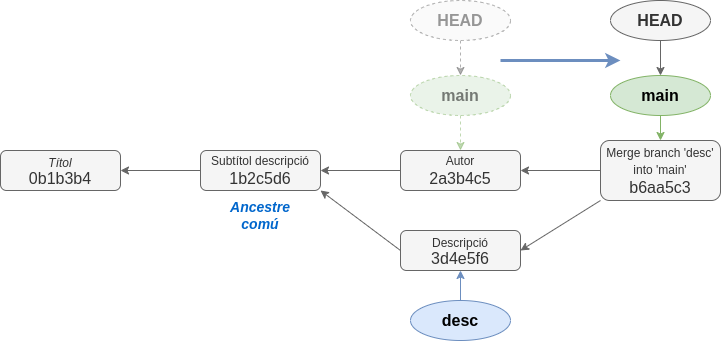
This is docs/apunts/img/branques/after_divergent.png from joapuiib/curs-git, a draw.io export, as it was before one commit. Source tidied: cells renumbered, new cells last; positions are measured from the earlier drawing's top-left corner, leaving out a move shared by most shapes.
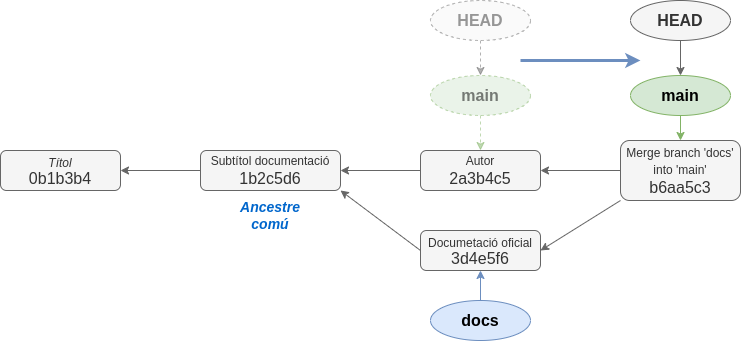
Above is the later version.

Diff of the diagram source:
```diff
@@ -3,22 +3,22 @@
     <mxCell id="0" />
     <mxCell id="1" parent="0" />
     <mxCell id="2" value="&lt;font color=&quot;#0066cc&quot; style=&quot;font-size: 14px;&quot;&gt;&lt;b&gt;Ancestre comú&lt;/b&gt;&lt;/font&gt;" style="text;html=1;strokeColor=none;fillColor=none;align=center;verticalAlign=middle;whiteSpace=wrap;rounded=0;fontStyle=2;" parent="1" vertex="1">
-      <mxGeometry x="230" y="200" width="60" height="30" as="geometry" />
+      <mxGeometry x="220" y="200" width="60" height="30" as="geometry" />
     </mxCell>
     <mxCell id="3" value="&lt;div style=&quot;line-height: 100%;&quot;&gt;&lt;span style=&quot;background-color: initial;&quot;&gt;&lt;span style=&quot;font-size: 12px;&quot;&gt;&lt;i&gt;Títol&lt;/i&gt;&lt;/span&gt;&lt;/span&gt;&lt;/div&gt;&lt;div style=&quot;line-height: 100%;&quot;&gt;&lt;span style=&quot;background-color: initial;&quot;&gt;0b1b3b4&lt;/span&gt;&lt;br&gt;&lt;/div&gt;" style="rounded=1;whiteSpace=wrap;html=1;fontSize=16;fillColor=#f5f5f5;strokeColor=#666666;fontColor=#333333;" parent="1" vertex="1">
-      <mxGeometry y="150" width="120" height="40" as="geometry" />
+      <mxGeometry x="-20" y="150" width="120" height="40" as="geometry" />
     </mxCell>
     <mxCell id="4" style="rounded=0;jettySize=auto;html=1;exitX=0.5;exitY=1;exitDx=0;exitDy=0;fillColor=#dae8fc;strokeColor=#6c8ebf;" parent="1" edge="1" source="5" target="13">
       <mxGeometry relative="1" as="geometry" />
     </mxCell>
-    <mxCell id="5" value="desc" style="ellipse;whiteSpace=wrap;html=1;fillColor=#dae8fc;strokeColor=#6c8ebf;fontSize=16;fontStyle=1;" parent="1" vertex="1">
+    <mxCell id="5" value="docs" style="ellipse;whiteSpace=wrap;html=1;fillColor=#dae8fc;strokeColor=#6c8ebf;fontSize=16;fontStyle=1;" parent="1" vertex="1">
       <mxGeometry x="410" y="300" width="100" height="40" as="geometry" />
     </mxCell>
     <mxCell id="6" style="edgeStyle=orthogonalEdgeStyle;rounded=0;jettySize=auto;html=1;exitX=0;exitY=0.5;exitDx=0;exitDy=0;fillColor=#f5f5f5;strokeColor=#666666;" parent="1" edge="1" source="7" target="3">
       <mxGeometry relative="1" as="geometry" />
     </mxCell>
-    <mxCell id="7" value="&lt;div style=&quot;line-height: 100%;&quot;&gt;&lt;font style=&quot;font-size: 12px;&quot;&gt;Subtítol descripció&lt;/font&gt;&lt;/div&gt;1b2c5d6" style="rounded=1;whiteSpace=wrap;html=1;fontSize=16;fillColor=#f5f5f5;strokeColor=#666666;fontColor=#333333;" parent="1" vertex="1">
-      <mxGeometry x="200" y="150" width="120" height="40" as="geometry" />
+    <mxCell id="7" value="&lt;div style=&quot;line-height: 100%;&quot;&gt;&lt;font style=&quot;font-size: 12px;&quot;&gt;Subtítol documentació&lt;/font&gt;&lt;/div&gt;1b2c5d6" style="rounded=1;whiteSpace=wrap;html=1;fontSize=16;fillColor=#f5f5f5;strokeColor=#666666;fontColor=#333333;" parent="1" vertex="1">
+      <mxGeometry x="180" y="150" width="140" height="40" as="geometry" />
     </mxCell>
     <mxCell id="8" style="rounded=0;jettySize=auto;html=1;exitX=0.5;exitY=1;exitDx=0;exitDy=0;fillColor=#d5e8d4;strokeColor=#82b366;opacity=50;dashed=1;textOpacity=50;" parent="1" edge="1" source="9" target="14">
       <mxGeometry relative="1" as="geometry" />
@@ -35,7 +35,7 @@
     <mxCell id="12" style="edgeStyle=orthogonalEdgeStyle;rounded=0;jettySize=auto;html=1;fillColor=#f5f5f5;strokeColor=#666666;" parent="1" edge="1" source="14" target="7">
       <mxGeometry relative="1" as="geometry" />
     </mxCell>
-    <mxCell id="13" value="&lt;div style=&quot;line-height: 100%;&quot;&gt;&lt;span style=&quot;background-color: initial;&quot;&gt;&lt;span style=&quot;font-size: 12px;&quot;&gt;Descripció&lt;/span&gt;&lt;/span&gt;&lt;/div&gt;&lt;div style=&quot;line-height: 100%;&quot;&gt;&lt;span style=&quot;background-color: initial;&quot;&gt;3d4e5f6&lt;/span&gt;&lt;br&gt;&lt;/div&gt;" style="rounded=1;whiteSpace=wrap;html=1;fontSize=16;fillColor=#f5f5f5;strokeColor=#666666;fontColor=#333333;" parent="1" vertex="1">
+    <mxCell id="13" value="&lt;div style=&quot;line-height: 100%;&quot;&gt;&lt;span style=&quot;background-color: initial;&quot;&gt;&lt;span style=&quot;font-size: 12px;&quot;&gt;Documetació oficial&lt;/span&gt;&lt;/span&gt;&lt;/div&gt;&lt;div style=&quot;line-height: 100%;&quot;&gt;&lt;span style=&quot;background-color: initial;&quot;&gt;3d4e5f6&lt;/span&gt;&lt;br&gt;&lt;/div&gt;" style="rounded=1;whiteSpace=wrap;html=1;fontSize=16;fillColor=#f5f5f5;strokeColor=#666666;fontColor=#333333;" parent="1" vertex="1">
       <mxGeometry x="400" y="230" width="120" height="40" as="geometry" />
     </mxCell>
     <mxCell id="14" value="&lt;div style=&quot;line-height: 100%;&quot;&gt;&lt;font style=&quot;font-size: 12px;&quot;&gt;Autor&lt;/font&gt;&lt;/div&gt;2a3b4c5" style="rounded=1;whiteSpace=wrap;html=1;fontSize=16;fillColor=#f5f5f5;strokeColor=#666666;fontColor=#333333;" parent="1" vertex="1">
@@ -44,7 +44,7 @@
     <mxCell id="15" style="rounded=0;jettySize=auto;html=1;fillColor=#f5f5f5;strokeColor=#666666;exitX=0;exitY=0.5;exitDx=0;exitDy=0;entryX=1;entryY=1;entryDx=0;entryDy=0;" parent="1" edge="1" source="13" target="7">
       <mxGeometry relative="1" as="geometry" />
     </mxCell>
-    <mxCell id="16" value="&lt;div style=&quot;line-height: 100%;&quot;&gt;&lt;font style=&quot;font-size: 12px;&quot;&gt;Merge branch 'desc' into 'main'&lt;/font&gt;&lt;/div&gt;b6aa5c3" style="rounded=1;whiteSpace=wrap;html=1;fontSize=16;fillColor=#f5f5f5;strokeColor=#666666;fontColor=#333333;" parent="1" vertex="1">
+    <mxCell id="16" value="&lt;div style=&quot;line-height: 100%;&quot;&gt;&lt;font style=&quot;font-size: 12px;&quot;&gt;Merge branch 'docs' into 'main'&lt;/font&gt;&lt;/div&gt;b6aa5c3" style="rounded=1;whiteSpace=wrap;html=1;fontSize=16;fillColor=#f5f5f5;strokeColor=#666666;fontColor=#333333;" parent="1" vertex="1">
       <mxGeometry x="600" y="140" width="120" height="60" as="geometry" />
     </mxCell>
     <mxCell id="17" style="edgeStyle=orthogonalEdgeStyle;rounded=0;jettySize=auto;html=1;fillColor=#f5f5f5;strokeColor=#666666;" parent="1" edge="1" source="16" target="14">
```
